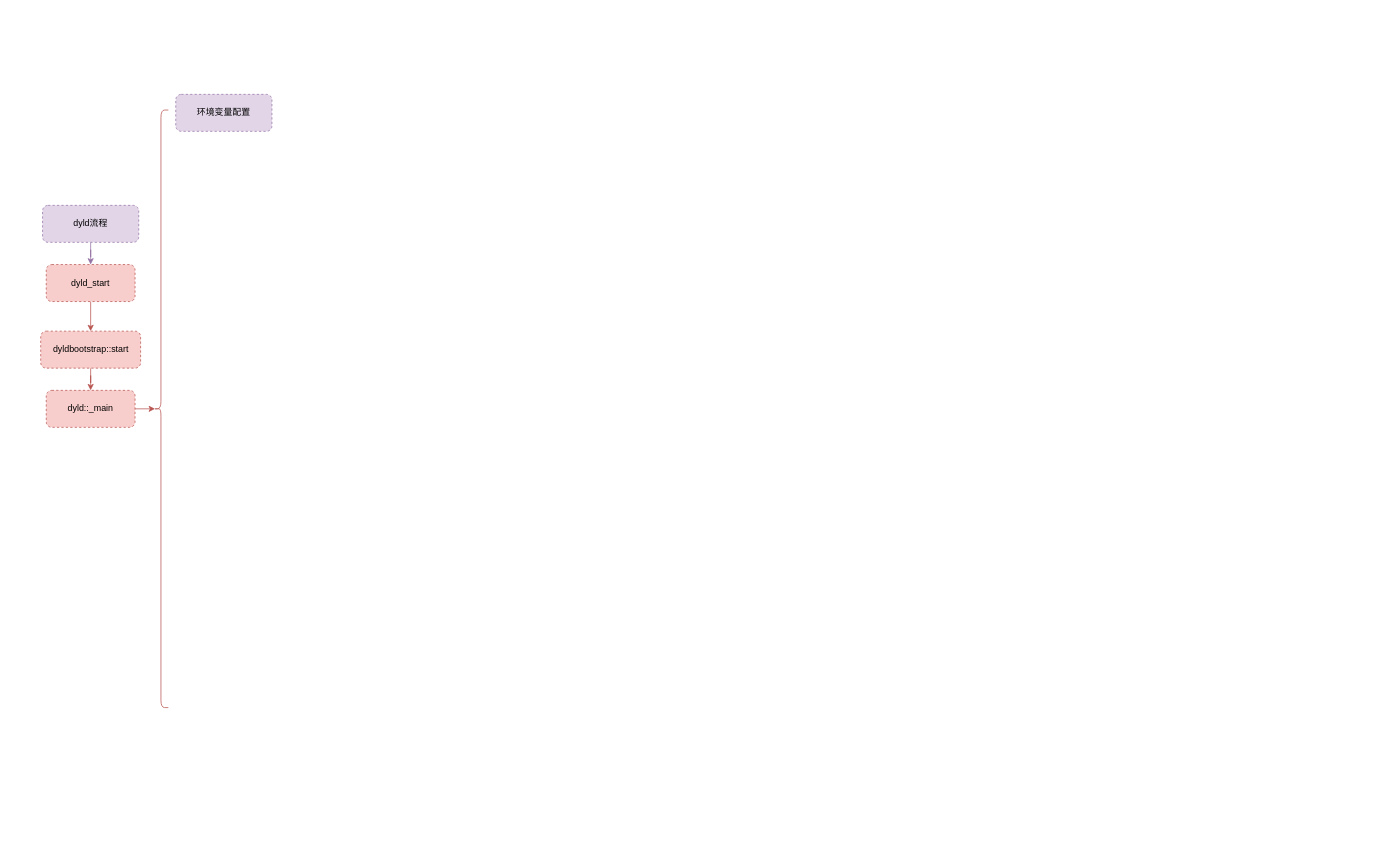
Before: dyld加载流程.drawio in star-j/Flowchart, a draw.io diagram. Source tidied: cells renumbered, new cells numbered last; positions are measured from the earlier drawing's top-left corner, leaving out a move shared by most shapes. Both pictures are drawn from the tidied source at 74%, with x=0, y=0 at pixel (41, 94).
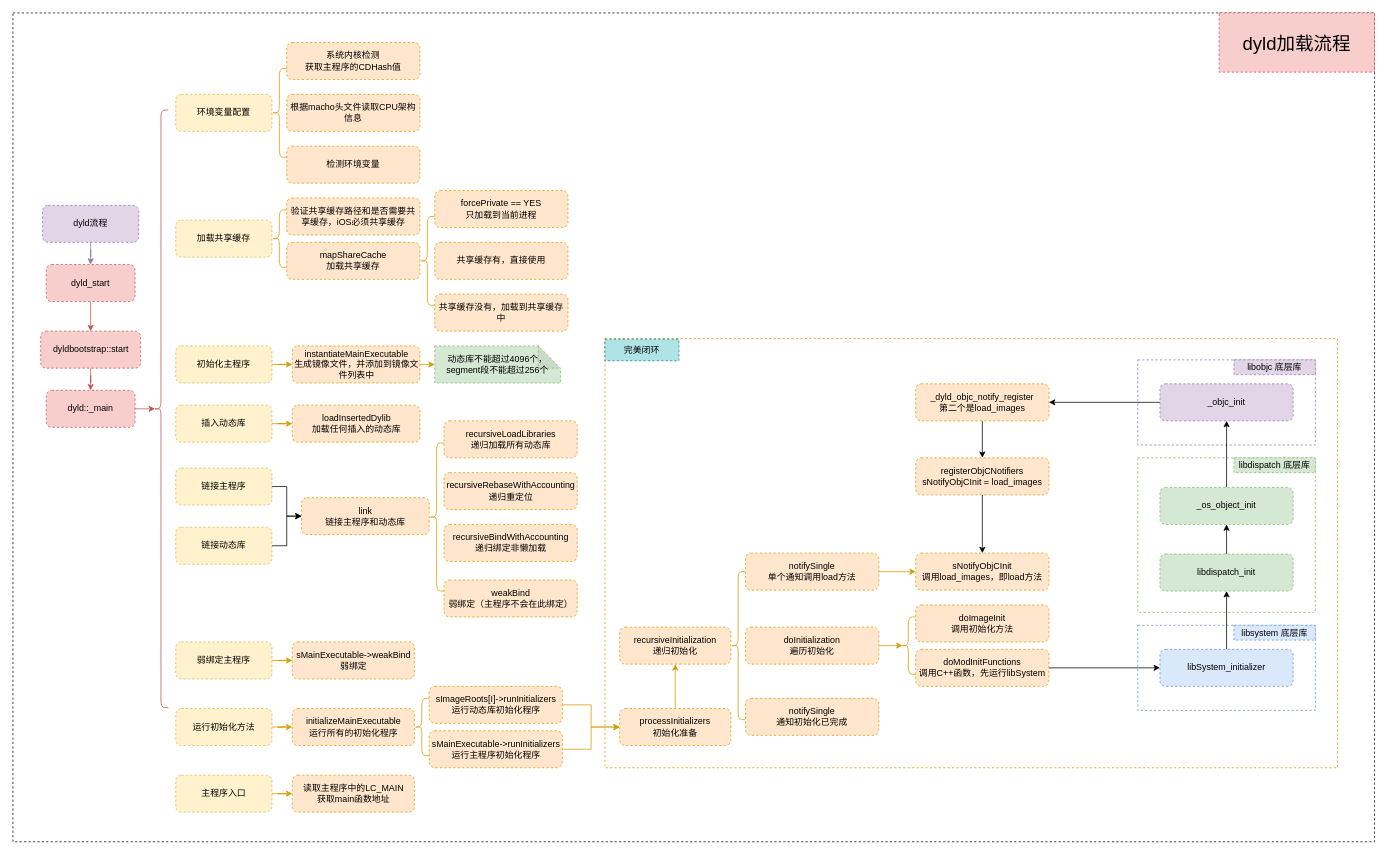
After the change.

Diff of the diagram source:
```diff
@@
+    <mxCell id="12" style="rounded=0;whiteSpace=wrap;html=1;dashed=1;fontFamily=Helvetica;fillColor=none;gradientColor=none;" parent="1" vertex="1">
+      <mxGeometry x="-38" y="-110" width="1840" height="1120" as="geometry" />
+    </mxCell>
+    <mxCell id="13" style="rounded=0;whiteSpace=wrap;html=1;dashed=1;fontFamily=Helvetica;strokeColor=#d79b00;fillColor=none;" parent="1" vertex="1">
+      <mxGeometry x="762" y="330" width="990" height="580" as="geometry" />
+    </mxCell>
+    <mxCell id="14" style="rounded=0;whiteSpace=wrap;html=1;dashed=1;fontFamily=Helvetica;strokeColor=#9673a6;fillColor=none;" parent="1" vertex="1">
+      <mxGeometry x="1482" y="358.8" width="240" height="115" as="geometry" />
+    </mxCell>
+    <mxCell id="15" style="rounded=0;whiteSpace=wrap;html=1;dashed=1;fontFamily=Helvetica;strokeColor=#82b366;fillColor=none;" parent="1" vertex="1">
+      <mxGeometry x="1482" y="491.2" width="240" height="208.8" as="geometry" />
+    </mxCell>
+    <mxCell id="16" value="libdispatch 底层库" style="rounded=0;whiteSpace=wrap;html=1;dashed=1;fontFamily=Helvetica;fillColor=#d5e8d4;strokeColor=#82b366;" parent="1" vertex="1">
+      <mxGeometry x="1612" y="491.2" width="110" height="20" as="geometry" />
+    </mxCell>
+    <mxCell id="17" style="rounded=0;whiteSpace=wrap;html=1;dashed=1;fontFamily=Helvetica;strokeColor=#6c8ebf;fillColor=none;" parent="1" vertex="1">
+      <mxGeometry x="1482" y="717.5" width="240" height="115" as="geometry" />
+    </mxCell>
@@
-    <mxCell id="11" value="环境变量配置" style="rounded=1;whiteSpace=wrap;html=1;dashed=1;fillColor=#e1d5e7;strokeColor=#9673a6;" parent="1" vertex="1">
+    <mxCell id="11" value="环境变量配置" style="rounded=1;whiteSpace=wrap;html=1;dashed=1;fillColor=#fff2cc;strokeColor=#d6b656;" parent="1" vertex="1">
       <mxGeometry x="182" width="130" height="50" as="geometry" />
     </mxCell>
+    <mxCell id="18" style="shape=curlyBracket;whiteSpace=wrap;html=1;rounded=1;fontFamily=Helvetica;fillColor=#ffe6cc;strokeColor=#d79b00;" parent="1" vertex="1">
+      <mxGeometry x="312" y="-35" width="20" height="120" as="geometry" />
+    </mxCell>
+    <mxCell id="19" value="系统内核检测&lt;br&gt;获取主程序的CDHash值" style="rounded=1;whiteSpace=wrap;html=1;dashed=1;fillColor=#ffe6cc;strokeColor=#d79b00;" parent="1" vertex="1">
+      <mxGeometry x="332" y="-70" width="180" height="50" as="geometry" />
+    </mxCell>
+    <mxCell id="20" value="根据macho头文件读取CPU架构信息" style="rounded=1;whiteSpace=wrap;html=1;dashed=1;fillColor=#ffe6cc;strokeColor=#d79b00;" parent="1" vertex="1">
+      <mxGeometry x="332" width="180" height="50" as="geometry" />
+    </mxCell>
+    <mxCell id="21" value="检测环境变量" style="rounded=1;whiteSpace=wrap;html=1;dashed=1;fillColor=#ffe6cc;strokeColor=#d79b00;" parent="1" vertex="1">
+      <mxGeometry x="332" y="70" width="180" height="50" as="geometry" />
+    </mxCell>
+    <mxCell id="22" value="加载共享缓存" style="rounded=1;whiteSpace=wrap;html=1;dashed=1;fillColor=#fff2cc;strokeColor=#d6b656;" parent="1" vertex="1">
+      <mxGeometry x="182" y="170" width="130" height="50" as="geometry" />
+    </mxCell>
+    <mxCell id="23" style="shape=curlyBracket;whiteSpace=wrap;html=1;rounded=1;fontFamily=Helvetica;fillColor=#ffe6cc;strokeColor=#d79b00;" parent="1" vertex="1">
+      <mxGeometry x="312" y="156.2" width="20" height="77.5" as="geometry" />
+    </mxCell>
+    <mxCell id="24" value="验证共享缓存路径和是否需要共享缓存，iOS必须共享缓存" style="rounded=1;whiteSpace=wrap;html=1;dashed=1;fillColor=#ffe6cc;strokeColor=#d79b00;" parent="1" vertex="1">
+      <mxGeometry x="332" y="140" width="180" height="50" as="geometry" />
+    </mxCell>
+    <mxCell id="25" value="mapShareCache&lt;br&gt;加载共享缓存" style="rounded=1;whiteSpace=wrap;html=1;dashed=1;fillColor=#ffe6cc;strokeColor=#d79b00;" parent="1" vertex="1">
+      <mxGeometry x="332" y="200" width="180" height="50" as="geometry" />
+    </mxCell>
+    <mxCell id="26" style="shape=curlyBracket;whiteSpace=wrap;html=1;rounded=1;fontFamily=Helvetica;fillColor=#ffe6cc;strokeColor=#d79b00;" parent="1" vertex="1">
+      <mxGeometry x="512" y="165" width="20" height="120" as="geometry" />
+    </mxCell>
+    <mxCell id="27" value="forcePrivate == YES&lt;br&gt;只加载到当前进程" style="rounded=1;whiteSpace=wrap;html=1;dashed=1;fillColor=#ffe6cc;strokeColor=#d79b00;" parent="1" vertex="1">
+      <mxGeometry x="532" y="130" width="180" height="50" as="geometry" />
+    </mxCell>
+    <mxCell id="28" value="共享缓存有，直接使用" style="rounded=1;whiteSpace=wrap;html=1;dashed=1;fillColor=#ffe6cc;strokeColor=#d79b00;" parent="1" vertex="1">
+      <mxGeometry x="532" y="200" width="180" height="50" as="geometry" />
+    </mxCell>
+    <mxCell id="29" value="共享缓存没有，加载到共享缓存中" style="rounded=1;whiteSpace=wrap;html=1;dashed=1;fillColor=#ffe6cc;strokeColor=#d79b00;" parent="1" vertex="1">
+      <mxGeometry x="532" y="270" width="180" height="50" as="geometry" />
+    </mxCell>
+    <mxCell id="30" style="edgeStyle=orthogonalEdgeStyle;rounded=0;jettySize=auto;html=1;fontFamily=Helvetica;fillColor=#ffe6cc;strokeColor=#d79b00;" parent="1" edge="1" source="31" target="33">
+      <mxGeometry relative="1" as="geometry" />
+    </mxCell>
+    <mxCell id="31" value="初始化主程序" style="rounded=1;whiteSpace=wrap;html=1;dashed=1;fillColor=#fff2cc;strokeColor=#d6b656;" parent="1" vertex="1">
+      <mxGeometry x="182" y="340" width="130" height="50" as="geometry" />
+    </mxCell>
+    <mxCell id="32" style="edgeStyle=orthogonalEdgeStyle;rounded=0;jettySize=auto;html=1;exitX=1;exitY=0.5;exitDx=0;exitDy=0;entryX=0;entryY=0.5;entryDx=0;entryDy=0;entryPerimeter=0;fontFamily=Helvetica;fillColor=#ffe6cc;strokeColor=#d79b00;" parent="1" edge="1" source="33" target="34">
+      <mxGeometry relative="1" as="geometry" />
+    </mxCell>
+    <mxCell id="33" value="instantiateMainExecutable&lt;br&gt;生成镜像文件，并添加到镜像文件列表中" style="whiteSpace=wrap;html=1;rounded=1;dashed=1;strokeColor=#d79b00;fillColor=#ffe6cc;" parent="1" vertex="1">
+      <mxGeometry x="339.5" y="340" width="172.5" height="50" as="geometry" />
+    </mxCell>
+    <mxCell id="34" value="动态库不能超过4096个，&lt;br&gt;segment段不能超过256个" style="shape=note;whiteSpace=wrap;html=1;backgroundOutline=1;darkOpacity=0.05;fontFamily=Helvetica;fillColor=#d5e8d4;strokeColor=#82b366;dashed=1;" parent="1" vertex="1">
+      <mxGeometry x="532" y="340" width="170" height="50" as="geometry" />
+    </mxCell>
+    <mxCell id="35" style="edgeStyle=orthogonalEdgeStyle;rounded=0;jettySize=auto;html=1;fontFamily=Helvetica;fillColor=#ffe6cc;strokeColor=#d79b00;" parent="1" edge="1" source="36" target="37">
+      <mxGeometry relative="1" as="geometry" />
+    </mxCell>
+    <mxCell id="36" value="插入动态库" style="rounded=1;whiteSpace=wrap;html=1;dashed=1;fillColor=#fff2cc;strokeColor=#d6b656;" parent="1" vertex="1">
+      <mxGeometry x="182" y="420" width="130" height="50" as="geometry" />
+    </mxCell>
+    <mxCell id="37" value="loadInsertedDylib&lt;br&gt;加载任何插入的动态库" style="whiteSpace=wrap;html=1;rounded=1;dashed=1;strokeColor=#d79b00;fillColor=#ffe6cc;" parent="1" vertex="1">
+      <mxGeometry x="339.5" y="420" width="172.5" height="50" as="geometry" />
+    </mxCell>
+    <mxCell id="38" style="edgeStyle=orthogonalEdgeStyle;rounded=0;jettySize=auto;html=1;exitX=1;exitY=0.5;exitDx=0;exitDy=0;entryX=0;entryY=0.5;entryDx=0;entryDy=0;fontFamily=Helvetica;" parent="1" edge="1" source="39" target="42">
+      <mxGeometry relative="1" as="geometry" />
+    </mxCell>
+    <mxCell id="39" value="链接主程序" style="rounded=1;whiteSpace=wrap;html=1;dashed=1;fillColor=#fff2cc;strokeColor=#d6b656;" parent="1" vertex="1">
+      <mxGeometry x="182" y="505" width="130" height="50" as="geometry" />
+    </mxCell>
+    <mxCell id="40" style="edgeStyle=orthogonalEdgeStyle;rounded=0;jettySize=auto;html=1;exitX=1;exitY=0.5;exitDx=0;exitDy=0;entryX=0;entryY=0.5;entryDx=0;entryDy=0;fontFamily=Helvetica;" parent="1" edge="1" source="41" target="42">
+      <mxGeometry relative="1" as="geometry" />
+    </mxCell>
+    <mxCell id="41" value="链接动态库" style="rounded=1;whiteSpace=wrap;html=1;dashed=1;fillColor=#fff2cc;strokeColor=#d6b656;" parent="1" vertex="1">
+      <mxGeometry x="182" y="585" width="130" height="50" as="geometry" />
+    </mxCell>
+    <mxCell id="42" value="link&lt;br&gt;链接主程序和动态库" style="whiteSpace=wrap;html=1;rounded=1;dashed=1;strokeColor=#d79b00;fillColor=#ffe6cc;" parent="1" vertex="1">
+      <mxGeometry x="352" y="545" width="172.5" height="50" as="geometry" />
+    </mxCell>
+    <mxCell id="43" style="shape=curlyBracket;whiteSpace=wrap;html=1;rounded=1;fontFamily=Helvetica;fillColor=#ffe6cc;strokeColor=#d79b00;" parent="1" vertex="1">
+      <mxGeometry x="524.5" y="471.2" width="20" height="200" as="geometry" />
+    </mxCell>
+    <mxCell id="44" value="recursiveLoadLibraries&lt;br&gt;递归加载所有动态库" style="rounded=1;whiteSpace=wrap;html=1;dashed=1;fillColor=#ffe6cc;strokeColor=#d79b00;" parent="1" vertex="1">
+      <mxGeometry x="544.5" y="441.2" width="180" height="50" as="geometry" />
+    </mxCell>
+    <mxCell id="45" value="recursiveRebaseWithAccounting&lt;br&gt;递归重定位" style="rounded=1;whiteSpace=wrap;html=1;dashed=1;fillColor=#ffe6cc;strokeColor=#d79b00;" parent="1" vertex="1">
+      <mxGeometry x="544.5" y="511.2" width="180" height="50" as="geometry" />
+    </mxCell>
+    <mxCell id="46" value="recursiveBindWithAccounting&lt;br&gt;递归绑定非懒加载" style="rounded=1;whiteSpace=wrap;html=1;dashed=1;fillColor=#ffe6cc;strokeColor=#d79b00;" parent="1" vertex="1">
+      <mxGeometry x="544.5" y="581.2" width="180" height="50" as="geometry" />
+    </mxCell>
+    <mxCell id="47" value="weakBind&lt;br&gt;弱绑定（主程序不会在此绑定）" style="rounded=1;whiteSpace=wrap;html=1;dashed=1;fillColor=#ffe6cc;strokeColor=#d79b00;" parent="1" vertex="1">
+      <mxGeometry x="544.5" y="656.2" width="180" height="50" as="geometry" />
+    </mxCell>
+    <mxCell id="48" style="edgeStyle=orthogonalEdgeStyle;rounded=0;jettySize=auto;html=1;fontFamily=Helvetica;fillColor=#ffe6cc;strokeColor=#d79b00;" parent="1" edge="1" source="49" target="50">
+      <mxGeometry relative="1" as="geometry" />
+    </mxCell>
+    <mxCell id="49" value="弱绑定主程序" style="rounded=1;whiteSpace=wrap;html=1;dashed=1;fillColor=#fff2cc;strokeColor=#d6b656;" parent="1" vertex="1">
+      <mxGeometry x="182" y="740" width="130" height="50" as="geometry" />
+    </mxCell>
+    <mxCell id="50" value="sMainExecutable-&amp;gt;weakBind&lt;br&gt;弱绑定" style="whiteSpace=wrap;html=1;rounded=1;dashed=1;strokeColor=#d79b00;fillColor=#ffe6cc;" parent="1" vertex="1">
+      <mxGeometry x="339.5" y="740" width="165" height="50" as="geometry" />
+    </mxCell>
+    <mxCell id="51" style="edgeStyle=orthogonalEdgeStyle;rounded=0;jettySize=auto;html=1;fontFamily=Helvetica;fillColor=#ffe6cc;strokeColor=#d79b00;" parent="1" edge="1" source="52" target="53">
+      <mxGeometry relative="1" as="geometry" />
+    </mxCell>
+    <mxCell id="52" value="运行初始化方法" style="rounded=1;whiteSpace=wrap;html=1;dashed=1;fillColor=#fff2cc;strokeColor=#d6b656;" parent="1" vertex="1">
+      <mxGeometry x="182" y="830" width="130" height="50" as="geometry" />
+    </mxCell>
+    <mxCell id="53" value="initializeMainExecutable&lt;br&gt;运行所有的初始化程序" style="whiteSpace=wrap;html=1;rounded=1;dashed=1;strokeColor=#d79b00;fillColor=#ffe6cc;" parent="1" vertex="1">
+      <mxGeometry x="339.5" y="830" width="165" height="50" as="geometry" />
+    </mxCell>
+    <mxCell id="54" style="edgeStyle=orthogonalEdgeStyle;rounded=0;jettySize=auto;html=1;fontFamily=Helvetica;fillColor=#ffe6cc;strokeColor=#d79b00;" parent="1" edge="1" source="55" target="56">
+      <mxGeometry relative="1" as="geometry" />
+    </mxCell>
+    <mxCell id="55" value="主程序入口" style="rounded=1;whiteSpace=wrap;html=1;dashed=1;fillColor=#fff2cc;strokeColor=#d6b656;" parent="1" vertex="1">
+      <mxGeometry x="182" y="920" width="130" height="50" as="geometry" />
+    </mxCell>
+    <mxCell id="56" value="读取主程序中的LC_MAIN&lt;br&gt;获取main函数地址" style="whiteSpace=wrap;html=1;rounded=1;dashed=1;strokeColor=#d79b00;fillColor=#ffe6cc;" parent="1" vertex="1">
+      <mxGeometry x="339.5" y="920" width="165" height="50" as="geometry" />
+    </mxCell>
+    <mxCell id="57" style="shape=curlyBracket;whiteSpace=wrap;html=1;rounded=1;fontFamily=Helvetica;fillColor=#ffe6cc;strokeColor=#d79b00;" parent="1" vertex="1">
+      <mxGeometry x="504.5" y="816.2" width="20" height="77.5" as="geometry" />
+    </mxCell>
+    <mxCell id="58" style="edgeStyle=orthogonalEdgeStyle;rounded=0;jettySize=auto;html=1;exitX=1;exitY=0.5;exitDx=0;exitDy=0;entryX=0;entryY=0.5;entryDx=0;entryDy=0;fontFamily=Helvetica;fillColor=#ffe6cc;strokeColor=#d79b00;" parent="1" edge="1" source="59" target="63">
+      <mxGeometry relative="1" as="geometry" />
+    </mxCell>
+    <mxCell id="59" value="sImageRoots[I]-&amp;gt;runInitializers&lt;br&gt;运行动态库初始化程序" style="rounded=1;whiteSpace=wrap;html=1;dashed=1;fillColor=#ffe6cc;strokeColor=#d79b00;" parent="1" vertex="1">
+      <mxGeometry x="524.5" y="800" width="180" height="50" as="geometry" />
+    </mxCell>
+    <mxCell id="60" style="edgeStyle=orthogonalEdgeStyle;rounded=0;jettySize=auto;html=1;exitX=1;exitY=0.5;exitDx=0;exitDy=0;entryX=0;entryY=0.5;entryDx=0;entryDy=0;fontFamily=Helvetica;fillColor=#ffe6cc;strokeColor=#d79b00;" parent="1" edge="1" source="61" target="63">
+      <mxGeometry relative="1" as="geometry" />
+    </mxCell>
+    <mxCell id="61" value="sMainExecutable-&amp;gt;runInitializers&lt;br&gt;运行主程序初始化程序" style="rounded=1;whiteSpace=wrap;html=1;dashed=1;fillColor=#ffe6cc;strokeColor=#d79b00;" parent="1" vertex="1">
+      <mxGeometry x="524.5" y="860" width="180" height="50" as="geometry" />
+    </mxCell>
+    <mxCell id="62" style="edgeStyle=orthogonalEdgeStyle;rounded=0;jettySize=auto;html=1;exitX=0.5;exitY=0;exitDx=0;exitDy=0;entryX=0.5;entryY=1;entryDx=0;entryDy=0;fontFamily=Helvetica;fillColor=#ffe6cc;strokeColor=#d79b00;" parent="1" edge="1" source="63" target="64">
+      <mxGeometry relative="1" as="geometry" />
+    </mxCell>
+    <mxCell id="63" value="processInitializers&lt;br&gt;初始化准备" style="rounded=1;whiteSpace=wrap;html=1;dashed=1;fillColor=#ffe6cc;strokeColor=#d79b00;" parent="1" vertex="1">
+      <mxGeometry x="782" y="830" width="150" height="50" as="geometry" />
+    </mxCell>
+    <mxCell id="64" value="recursiveInitialization&lt;br&gt;递归初始化" style="rounded=1;whiteSpace=wrap;html=1;dashed=1;fillColor=#ffe6cc;strokeColor=#d79b00;" parent="1" vertex="1">
+      <mxGeometry x="782" y="720" width="150" height="50" as="geometry" />
+    </mxCell>
+    <mxCell id="65" style="shape=curlyBracket;whiteSpace=wrap;html=1;rounded=1;fontFamily=Helvetica;fillColor=#ffe6cc;strokeColor=#d79b00;" parent="1" vertex="1">
+      <mxGeometry x="932" y="645" width="20" height="200" as="geometry" />
+    </mxCell>
+    <mxCell id="66" style="edgeStyle=orthogonalEdgeStyle;rounded=0;jettySize=auto;html=1;exitX=1;exitY=0.5;exitDx=0;exitDy=0;fontFamily=Helvetica;fillColor=#ffe6cc;strokeColor=#d79b00;" parent="1" edge="1" source="67" target="71">
+      <mxGeometry relative="1" as="geometry" />
+    </mxCell>
+    <mxCell id="67" value="notifySingle&lt;br&gt;单个通知调用load方法" style="rounded=1;whiteSpace=wrap;html=1;dashed=1;fillColor=#ffe6cc;strokeColor=#d79b00;" parent="1" vertex="1">
+      <mxGeometry x="952" y="620" width="180" height="50" as="geometry" />
+    </mxCell>
+    <mxCell id="68" style="edgeStyle=orthogonalEdgeStyle;rounded=0;jettySize=auto;html=1;exitX=1;exitY=0.5;exitDx=0;exitDy=0;entryX=0.1;entryY=0.5;entryDx=0;entryDy=0;entryPerimeter=0;fontFamily=Helvetica;fillColor=#ffe6cc;strokeColor=#d79b00;" parent="1" edge="1" source="69" target="72">
+      <mxGeometry relative="1" as="geometry" />
+    </mxCell>
+    <mxCell id="69" value="doInitialization&lt;br&gt;遍历初始化" style="rounded=1;whiteSpace=wrap;html=1;dashed=1;fillColor=#ffe6cc;strokeColor=#d79b00;" parent="1" vertex="1">
+      <mxGeometry x="952" y="720" width="180" height="50" as="geometry" />
+    </mxCell>
+    <mxCell id="70" value="notifySingle&lt;br&gt;通知初始化已完成" style="rounded=1;whiteSpace=wrap;html=1;dashed=1;fillColor=#ffe6cc;strokeColor=#d79b00;" parent="1" vertex="1">
+      <mxGeometry x="952" y="816.2" width="180" height="50" as="geometry" />
+    </mxCell>
+    <mxCell id="71" value="sNotifyObjCInit&lt;br&gt;调用load_images，即load方法" style="rounded=1;whiteSpace=wrap;html=1;dashed=1;fillColor=#ffe6cc;strokeColor=#d79b00;" parent="1" vertex="1">
+      <mxGeometry x="1182" y="620" width="180" height="50" as="geometry" />
+    </mxCell>
+    <mxCell id="72" style="shape=curlyBracket;whiteSpace=wrap;html=1;rounded=1;fontFamily=Helvetica;fillColor=#ffe6cc;strokeColor=#d79b00;" parent="1" vertex="1">
+      <mxGeometry x="1162" y="706.2" width="20" height="77.5" as="geometry" />
+    </mxCell>
+    <mxCell id="73" value="doImageInit&lt;br&gt;调用初始化方法" style="rounded=1;whiteSpace=wrap;html=1;dashed=1;fillColor=#ffe6cc;strokeColor=#d79b00;" parent="1" vertex="1">
+      <mxGeometry x="1182" y="690" width="180" height="50" as="geometry" />
+    </mxCell>
+    <mxCell id="74" style="edgeStyle=orthogonalEdgeStyle;rounded=0;jettySize=auto;html=1;exitX=1;exitY=0.5;exitDx=0;exitDy=0;entryX=0;entryY=0.5;entryDx=0;entryDy=0;fontFamily=Helvetica;" parent="1" edge="1" source="75" target="77">
+      <mxGeometry relative="1" as="geometry" />
+    </mxCell>
+    <mxCell id="75" value="doModInitFunctions&lt;br&gt;调用C++函数，先运行libSystem" style="rounded=1;whiteSpace=wrap;html=1;dashed=1;fillColor=#ffe6cc;strokeColor=#d79b00;" parent="1" vertex="1">
+      <mxGeometry x="1182" y="750" width="180" height="50" as="geometry" />
+    </mxCell>
+    <mxCell id="76" style="edgeStyle=orthogonalEdgeStyle;rounded=0;jettySize=auto;html=1;exitX=0.5;exitY=0;exitDx=0;exitDy=0;entryX=0.5;entryY=1;entryDx=0;entryDy=0;fontFamily=Helvetica;" parent="1" edge="1" source="77" target="79">
+      <mxGeometry relative="1" as="geometry" />
+    </mxCell>
+    <mxCell id="77" value="libSystem_initializer" style="rounded=1;whiteSpace=wrap;html=1;dashed=1;fillColor=#dae8fc;strokeColor=#6c8ebf;" parent="1" vertex="1">
+      <mxGeometry x="1512" y="750" width="180" height="50" as="geometry" />
+    </mxCell>
+    <mxCell id="78" style="edgeStyle=orthogonalEdgeStyle;rounded=0;jettySize=auto;html=1;exitX=0.5;exitY=0;exitDx=0;exitDy=0;entryX=0.5;entryY=1;entryDx=0;entryDy=0;fontFamily=Helvetica;" parent="1" edge="1" source="79" target="81">
+      <mxGeometry relative="1" as="geometry" />
+    </mxCell>
+    <mxCell id="79" value="libdispatch_init" style="rounded=1;whiteSpace=wrap;html=1;dashed=1;fillColor=#d5e8d4;strokeColor=#82b366;" parent="1" vertex="1">
+      <mxGeometry x="1512" y="621.2" width="180" height="50" as="geometry" />
+    </mxCell>
+    <mxCell id="80" style="edgeStyle=orthogonalEdgeStyle;rounded=0;jettySize=auto;html=1;exitX=0.5;exitY=0;exitDx=0;exitDy=0;entryX=0.5;entryY=1;entryDx=0;entryDy=0;fontFamily=Helvetica;" parent="1" edge="1" source="81" target="83">
+      <mxGeometry relative="1" as="geometry" />
+    </mxCell>
+    <mxCell id="81" value="_os_object_init" style="rounded=1;whiteSpace=wrap;html=1;dashed=1;fillColor=#d5e8d4;strokeColor=#82b366;" parent="1" vertex="1">
+      <mxGeometry x="1512" y="531.2" width="180" height="50" as="geometry" />
+    </mxCell>
+    <mxCell id="82" style="edgeStyle=orthogonalEdgeStyle;rounded=0;jettySize=auto;html=1;exitX=0;exitY=0.5;exitDx=0;exitDy=0;entryX=1;entryY=0.5;entryDx=0;entryDy=0;fontFamily=Helvetica;" parent="1" edge="1" source="83" target="85">
+      <mxGeometry relative="1" as="geometry" />
+    </mxCell>
+    <mxCell id="83" value="_objc_init" style="rounded=1;whiteSpace=wrap;html=1;dashed=1;fillColor=#e1d5e7;strokeColor=#9673a6;" parent="1" vertex="1">
+      <mxGeometry x="1512" y="391.2" width="180" height="50" as="geometry" />
+    </mxCell>
+    <mxCell id="84" style="edgeStyle=orthogonalEdgeStyle;rounded=0;jettySize=auto;html=1;exitX=0.5;exitY=1;exitDx=0;exitDy=0;entryX=0.5;entryY=0;entryDx=0;entryDy=0;fontFamily=Helvetica;" parent="1" edge="1" source="85" target="87">
+      <mxGeometry relative="1" as="geometry" />
+    </mxCell>
+    <mxCell id="85" value="_dyld_objc_notify_register&lt;br&gt;第二个是load_images" style="rounded=1;whiteSpace=wrap;html=1;dashed=1;fillColor=#ffe6cc;strokeColor=#d79b00;" parent="1" vertex="1">
+      <mxGeometry x="1182" y="391.2" width="180" height="50" as="geometry" />
+    </mxCell>
+    <mxCell id="86" style="edgeStyle=orthogonalEdgeStyle;rounded=0;jettySize=auto;html=1;exitX=0.5;exitY=1;exitDx=0;exitDy=0;entryX=0.5;entryY=0;entryDx=0;entryDy=0;fontFamily=Helvetica;" parent="1" edge="1" source="87" target="71">
+      <mxGeometry relative="1" as="geometry" />
+    </mxCell>
+    <mxCell id="87" value="registerObjCNotifiers&lt;br&gt;sNotifyObjCInit = load_images" style="rounded=1;whiteSpace=wrap;html=1;dashed=1;fillColor=#ffe6cc;strokeColor=#d79b00;" parent="1" vertex="1">
+      <mxGeometry x="1182" y="491.2" width="180" height="50" as="geometry" />
+    </mxCell>
+    <mxCell id="88" value="libsystem 底层库" style="rounded=0;whiteSpace=wrap;html=1;dashed=1;fontFamily=Helvetica;fillColor=#dae8fc;strokeColor=#6c8ebf;" parent="1" vertex="1">
+      <mxGeometry x="1612" y="717.5" width="110" height="20" as="geometry" />
+    </mxCell>
+    <mxCell id="89" value="libobjc 底层库" style="rounded=0;whiteSpace=wrap;html=1;dashed=1;fontFamily=Helvetica;fillColor=#e1d5e7;strokeColor=#9673a6;" parent="1" vertex="1">
+      <mxGeometry x="1612" y="358.8" width="110" height="20" as="geometry" />
+    </mxCell>
+    <mxCell id="90" value="完美闭环" style="rounded=0;whiteSpace=wrap;html=1;dashed=1;fontFamily=Helvetica;fillColor=#b0e3e6;strokeColor=#0e8088;" parent="1" vertex="1">
+      <mxGeometry x="762" y="331" width="100" height="29" as="geometry" />
+    </mxCell>
+    <mxCell id="91" value="dyld加载流程" style="rounded=0;whiteSpace=wrap;html=1;dashed=1;fontFamily=Helvetica;fillColor=#f8cecc;fontSize=25;strokeColor=#b85450;" parent="1" vertex="1">
+      <mxGeometry x="1592" y="-110" width="210" height="80" as="geometry" />
+    </mxCell>
```
